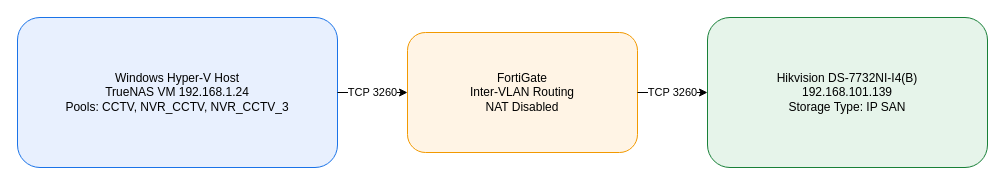
Earlier version of the draw.io diagram diagrams/network-architecture.drawio (DerbSwag/cctv-storage-expansion-truenas-iscsi). Source tidied: cells renumbered, new cells numbered last; positions are measured from the earlier drawing's top-left corner, leaving out a move shared by most shapes. Both pictures are drawn from the tidied source at 100%, with x=0, y=0 at pixel (17, 17).
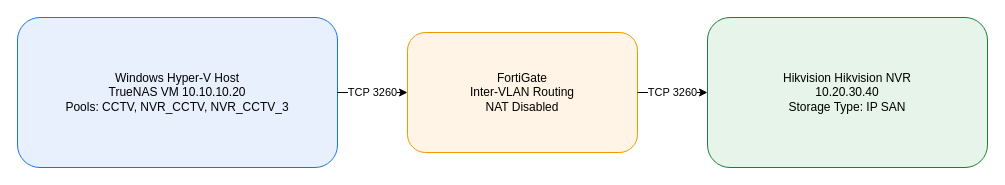
Above is the later version.

Diff of the diagram source:
```diff
@@
 <mxGraphModel>
   <root>
     <mxCell id="0" />
     <mxCell id="1" parent="0" />
-    <mxCell id="2" value="Windows Hyper-V Host&#10;TrueNAS VM 192.168.1.24&#10;Pools: CCTV, NVR_CCTV, NVR_CCTV_3" style="rounded=1;whiteSpace=wrap;html=1;fillColor=#e8f0fe;strokeColor=#1a73e8;" parent="1" vertex="1">
+    <mxCell id="2" value="Windows Hyper-V Host&#10;TrueNAS VM 10.10.10.20&#10;Pools: CCTV, NVR_CCTV, NVR_CCTV_3" style="rounded=1;whiteSpace=wrap;html=1;fillColor=#e8f0fe;strokeColor=#1a73e8;" parent="1" vertex="1">
       <mxGeometry width="320" height="150" as="geometry" />
     </mxCell>
     <mxCell id="3" value="FortiGate&#10;Inter-VLAN Routing&#10;NAT Disabled" style="rounded=1;whiteSpace=wrap;html=1;fillColor=#fff4e5;strokeColor=#f29900;" parent="1" vertex="1">
       <mxGeometry x="390" y="15" width="230" height="120" as="geometry" />
     </mxCell>
-    <mxCell id="4" value="Hikvision DS-7732NI-I4(B)&#10;192.168.101.139&#10;Storage Type: IP SAN" style="rounded=1;whiteSpace=wrap;html=1;fillColor=#e6f4ea;strokeColor=#188038;" parent="1" vertex="1">
+    <mxCell id="4" value="Hikvision Hikvision NVR&#10;10.20.30.40&#10;Storage Type: IP SAN" style="rounded=1;whiteSpace=wrap;html=1;fillColor=#e6f4ea;strokeColor=#188038;" parent="1" vertex="1">
       <mxGeometry x="690" width="280" height="150" as="geometry" />
     </mxCell>
     <mxCell id="5" value="TCP 3260" style="endArrow=classic;html=1;rounded=0;" parent="1" edge="1" source="2" target="3">
       <mxGeometry relative="1" as="geometry" />
     </mxCell>
     <mxCell id="6" value="TCP 3260" style="endArrow=classic;html=1;rounded=0;" parent="1" edge="1" source="3" target="4">
       <mxGeometry relative="1" as="geometry" />
     </mxCell>
   </root>
 </mxGraphModel>
```
